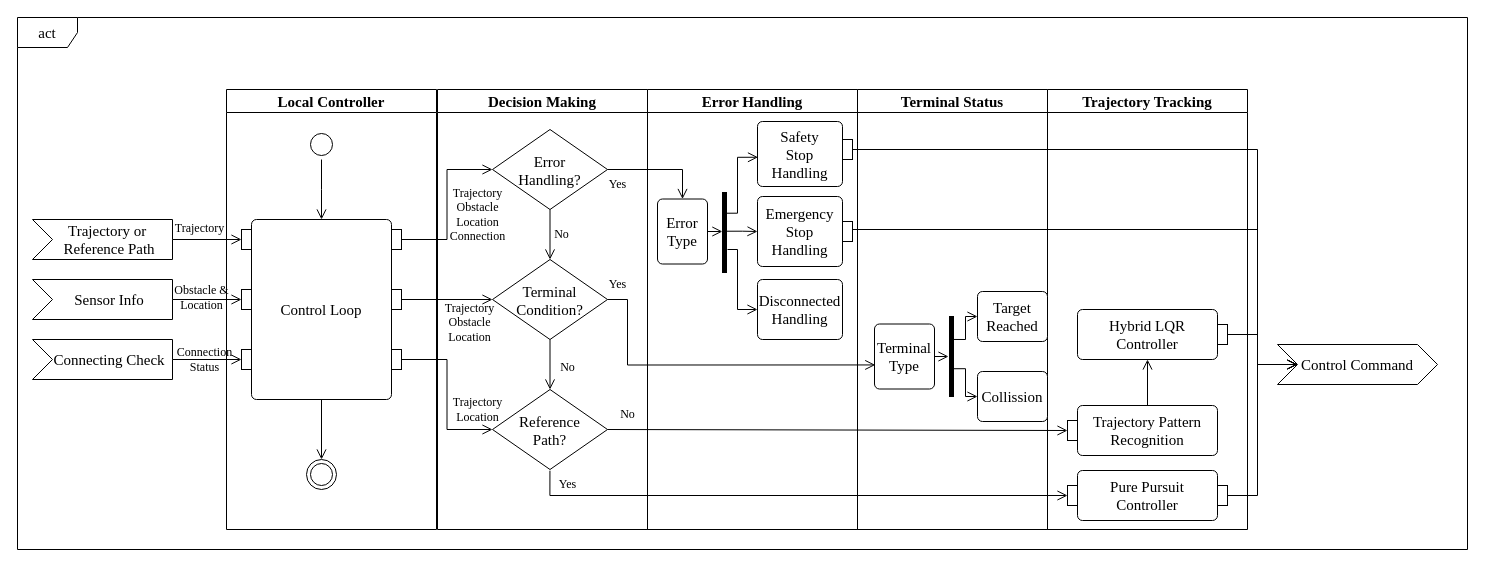
Before: LocalRunning.drawio in LeonWong318/Master-thesis, a draw.io diagram. Source tidied: cells renumbered, new cells numbered last; positions are measured from the earlier drawing's top-left corner, leaving out a move shared by most shapes. Both pictures are drawn from the tidied source at 100%, with x=0, y=0 at pixel (17, 17).
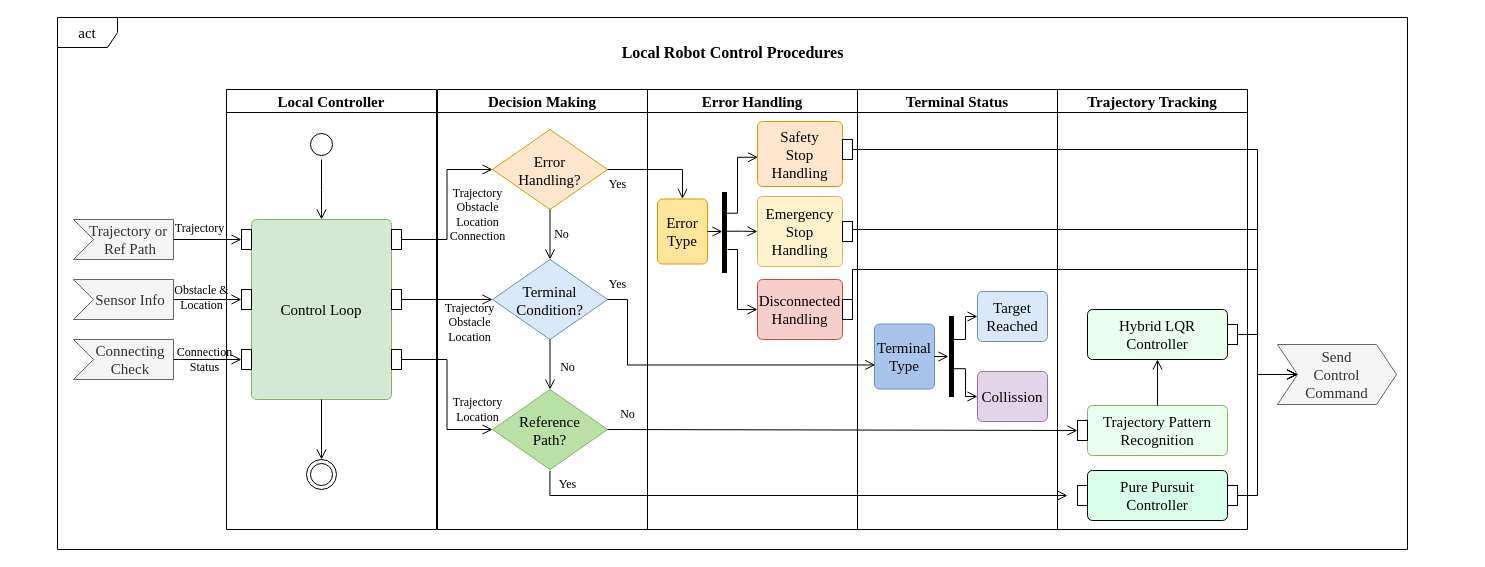
Above is the later version.

Unchanged cells that the change refers to:
```xml
<mxCell id="3" value="&lt;font style=&quot;font-size: 15px;&quot; face=&quot;Times New Roman&quot;&gt;Local Controller&lt;/font&gt;" style="swimlane;whiteSpace=wrap;html=1;" parent="1" vertex="1">
  <mxGeometry x="209" y="72" width="210" height="440" as="geometry" />
</mxCell>
<mxCell id="17" value="&lt;font face=&quot;Times New Roman&quot; style=&quot;font-size: 15px;&quot;&gt;Decision Making&lt;/font&gt;" style="swimlane;whiteSpace=wrap;html=1;" parent="1" vertex="1">
  <mxGeometry x="420" y="72" width="210" height="440" as="geometry" />
</mxCell>
<mxCell id="39" style="rounded=0;whiteSpace=wrap;html=1;" parent="32" vertex="1">
  <mxGeometry x="170" y="396" width="10" height="20" as="geometry" />
</mxCell>
<mxCell id="40" style="rounded=0;whiteSpace=wrap;html=1;" parent="32" vertex="1">
  <mxGeometry x="170" y="235" width="10" height="20" as="geometry" />
</mxCell>
<mxCell id="50" value="&lt;font face=&quot;Times New Roman&quot; style=&quot;font-size: 15px;&quot;&gt;Error Handling&lt;/font&gt;" style="swimlane;whiteSpace=wrap;html=1;startSize=23;" parent="1" vertex="1">
  <mxGeometry x="630" y="72" width="210" height="440" as="geometry" />
</mxCell>
<mxCell id="60" style="rounded=0;whiteSpace=wrap;html=1;fillColor=#FFFFFF;" parent="50" vertex="1">
  <mxGeometry x="195" y="50" width="10" height="20" as="geometry" />
</mxCell>
<mxCell id="61" style="rounded=0;whiteSpace=wrap;html=1;" parent="50" vertex="1">
  <mxGeometry x="195" y="132" width="10" height="20" as="geometry" />
</mxCell>
<mxCell id="65" style="group;" parent="62" vertex="1">
  <mxGeometry x="120" y="202" width="70" height="130" as="geometry" />
</mxCell>
```

The edit, as a diff of the source:
```diff
@@
     <mxCell id="2" value="&lt;font face=&quot;Times New Roman&quot; style=&quot;font-size: 15px;&quot;&gt;act&lt;/font&gt;" style="shape=umlFrame;whiteSpace=wrap;html=1;" parent="1" vertex="1">
-      <mxGeometry width="1450" height="532" as="geometry" />
+      <mxGeometry x="40" width="1350" height="532" as="geometry" />
     </mxCell>
@@
-    <mxCell id="4" value="&lt;font face=&quot;Times New Roman&quot; style=&quot;font-size: 15px;&quot;&gt;Control Loop&lt;/font&gt;" style="html=1;align=center;verticalAlign=middle;rounded=1;absoluteArcSize=1;arcSize=10;dashed=0;whiteSpace=wrap;" parent="3" vertex="1">
+    <mxCell id="4" value="&lt;font face=&quot;Times New Roman&quot; style=&quot;font-size: 15px;&quot;&gt;Control Loop&lt;/font&gt;" style="html=1;align=center;verticalAlign=middle;rounded=1;absoluteArcSize=1;arcSize=10;dashed=0;whiteSpace=wrap;fillColor=#d5e8d4;strokeColor=#82b366;" parent="3" vertex="1">
       <mxGeometry x="25" y="130" width="140" height="180" as="geometry" />
     </mxCell>
-    <mxCell id="5" value="&lt;font style=&quot;font-size: 15px;&quot; face=&quot;Times New Roman&quot;&gt;Trajectory or&amp;nbsp;&lt;/font&gt;&lt;div&gt;&lt;font style=&quot;font-size: 15px;&quot; face=&quot;Times New Roman&quot;&gt;Reference Path&lt;/font&gt;&lt;/div&gt;" style="html=1;shape=mxgraph.infographic.ribbonSimple;notch1=20;notch2=0;align=center;verticalAlign=middle;fontSize=14;fontStyle=0;fillColor=#FFFFFF;flipH=0;spacingRight=0;spacingLeft=14;whiteSpace=wrap;" parent="3" vertex="1">
-      <mxGeometry x="-194" y="130" width="140" height="40" as="geometry" />
+    <mxCell id="5" value="&lt;font style=&quot;font-size: 15px;&quot; face=&quot;Times New Roman&quot;&gt;Trajectory or&amp;nbsp;&lt;/font&gt;&lt;div&gt;&lt;font style=&quot;font-size: 15px;&quot; face=&quot;Times New Roman&quot;&gt;Ref Path&lt;/font&gt;&lt;/div&gt;" style="html=1;shape=mxgraph.infographic.ribbonSimple;notch1=20;notch2=0;align=center;verticalAlign=middle;fontSize=14;fontStyle=0;fillColor=#f5f5f5;flipH=0;spacingRight=0;spacingLeft=14;whiteSpace=wrap;fontColor=#333333;strokeColor=#666666;" parent="3" vertex="1">
+      <mxGeometry x="-153" y="130" width="100" height="40" as="geometry" />
     </mxCell>
@@
-    <mxCell id="18" value="Error&#10;Handling?" style="rhombus;fontSize=15;fontFamily=Times New Roman;" parent="17" vertex="1">
+    <mxCell id="18" value="Error&#10;Handling?" style="rhombus;fontSize=15;fontFamily=Times New Roman;fillColor=#ffe6cc;strokeColor=#d79b00;" parent="17" vertex="1">
       <mxGeometry x="55" y="40" width="115" height="80" as="geometry" />
     </mxCell>
-    <mxCell id="19" value="Terminal&#10;Condition?" style="rhombus;fontSize=15;fontFamily=Times New Roman;" parent="17" vertex="1">
+    <mxCell id="19" value="Terminal&#10;Condition?" style="rhombus;fontSize=15;fontFamily=Times New Roman;fillColor=#dae8fc;strokeColor=#6c8ebf;" parent="17" vertex="1">
       <mxGeometry x="55" y="170" width="115" height="80" as="geometry" />
     </mxCell>
-    <mxCell id="20" value="Reference&#10;Path?" style="rhombus;fontSize=15;fontFamily=Times New Roman;" parent="17" vertex="1">
+    <mxCell id="20" value="Reference&#10;Path?" style="rhombus;fontSize=15;fontFamily=Times New Roman;fillColor=#B9E0A5;strokeColor=#82b366;" parent="17" vertex="1">
       <mxGeometry x="55" y="300" width="115" height="80" as="geometry" />
     </mxCell>
@@
     <mxCell id="32" value="&lt;font face=&quot;Times New Roman&quot; style=&quot;font-size: 15px;&quot;&gt;Trajectory Tracking&lt;/font&gt;" style="swimlane;whiteSpace=wrap;html=1;startSize=23;" parent="1" vertex="1">
-      <mxGeometry x="1030" y="72" width="200" height="440" as="geometry" />
+      <mxGeometry x="1040" y="72" width="190" height="440" as="geometry" />
     </mxCell>
-    <mxCell id="33" value="&lt;font face=&quot;Times New Roman&quot; style=&quot;font-size: 15px;&quot;&gt;Trajectory Pattern&lt;/font&gt;&lt;div&gt;&lt;font face=&quot;Times New Roman&quot; style=&quot;font-size: 15px;&quot;&gt;Recognition&lt;/font&gt;&lt;/div&gt;" style="html=1;align=center;verticalAlign=middle;rounded=1;absoluteArcSize=1;arcSize=10;dashed=0;whiteSpace=wrap;" parent="32" vertex="1">
+    <mxCell id="33" value="&lt;font face=&quot;Times New Roman&quot; style=&quot;font-size: 15px;&quot;&gt;Trajectory Pattern&lt;/font&gt;&lt;div&gt;&lt;font face=&quot;Times New Roman&quot; style=&quot;font-size: 15px;&quot;&gt;Recognition&lt;/font&gt;&lt;/div&gt;" style="html=1;align=center;verticalAlign=middle;rounded=1;absoluteArcSize=1;arcSize=10;dashed=0;whiteSpace=wrap;fillColor=#EAFFF0;strokeColor=#82b366;" parent="32" vertex="1">
       <mxGeometry x="30" y="316" width="140" height="50" as="geometry" />
     </mxCell>
-    <mxCell id="34" value="&lt;font face=&quot;Times New Roman&quot;&gt;&lt;span style=&quot;font-size: 15px;&quot;&gt;Hybrid LQR&lt;/span&gt;&lt;/font&gt;&lt;div&gt;&lt;font face=&quot;Times New Roman&quot;&gt;&lt;span style=&quot;font-size: 15px;&quot;&gt;Controller&lt;/span&gt;&lt;/font&gt;&lt;/div&gt;" style="html=1;align=center;verticalAlign=middle;rounded=1;absoluteArcSize=1;arcSize=10;dashed=0;whiteSpace=wrap;" parent="32" vertex="1">
+    <mxCell id="34" value="&lt;font face=&quot;Times New Roman&quot;&gt;&lt;span style=&quot;font-size: 15px;&quot;&gt;Hybrid LQR&lt;/span&gt;&lt;/font&gt;&lt;div&gt;&lt;font face=&quot;Times New Roman&quot;&gt;&lt;span style=&quot;font-size: 15px;&quot;&gt;Controller&lt;/span&gt;&lt;/font&gt;&lt;/div&gt;" style="html=1;align=center;verticalAlign=middle;rounded=1;absoluteArcSize=1;arcSize=10;dashed=0;whiteSpace=wrap;fillColor=#EAFFF0;" parent="32" vertex="1">
       <mxGeometry x="30" y="220" width="140" height="50" as="geometry" />
     </mxCell>
-    <mxCell id="35" value="&lt;font face=&quot;Times New Roman&quot;&gt;&lt;span style=&quot;font-size: 15px;&quot;&gt;Pure Pursuit&lt;/span&gt;&lt;/font&gt;&lt;div&gt;&lt;font face=&quot;Times New Roman&quot;&gt;&lt;span style=&quot;font-size: 15px;&quot;&gt;Controller&lt;/span&gt;&lt;/font&gt;&lt;/div&gt;" style="html=1;align=center;verticalAlign=middle;rounded=1;absoluteArcSize=1;arcSize=10;dashed=0;whiteSpace=wrap;" parent="32" vertex="1">
+    <mxCell id="35" value="&lt;font face=&quot;Times New Roman&quot;&gt;&lt;span style=&quot;font-size: 15px;&quot;&gt;Pure Pursuit&lt;/span&gt;&lt;/font&gt;&lt;div&gt;&lt;font face=&quot;Times New Roman&quot;&gt;&lt;span style=&quot;font-size: 15px;&quot;&gt;Controller&lt;/span&gt;&lt;/font&gt;&lt;/div&gt;" style="html=1;align=center;verticalAlign=middle;rounded=1;absoluteArcSize=1;arcSize=10;dashed=0;whiteSpace=wrap;fillColor=#D7FFEB;" parent="32" vertex="1">
       <mxGeometry x="30" y="381" width="140" height="50" as="geometry" />
     </mxCell>
@@
-    <mxCell id="41" value="&lt;font style=&quot;font-size: 15px;&quot; face=&quot;Times New Roman&quot;&gt;Sensor Info&lt;/font&gt;" style="html=1;shape=mxgraph.infographic.ribbonSimple;notch1=20;notch2=0;align=center;verticalAlign=middle;fontSize=14;fontStyle=0;fillColor=#FFFFFF;flipH=0;spacingRight=0;spacingLeft=14;whiteSpace=wrap;" parent="1" vertex="1">
-      <mxGeometry x="15" y="262" width="140" height="40" as="geometry" />
+    <mxCell id="41" value="&lt;font style=&quot;font-size: 15px;&quot; face=&quot;Times New Roman&quot;&gt;Sensor Info&lt;/font&gt;" style="html=1;shape=mxgraph.infographic.ribbonSimple;notch1=20;notch2=0;align=center;verticalAlign=middle;fontSize=14;fontStyle=0;fillColor=#f5f5f5;flipH=0;spacingRight=0;spacingLeft=14;whiteSpace=wrap;fontColor=#333333;strokeColor=#666666;" parent="1" vertex="1">
+      <mxGeometry x="56" y="262" width="100" height="40" as="geometry" />
     </mxCell>
-    <mxCell id="42" value="&lt;font style=&quot;font-size: 15px;&quot; face=&quot;Times New Roman&quot;&gt;Connecting Check&lt;/font&gt;" style="html=1;shape=mxgraph.infographic.ribbonSimple;notch1=20;notch2=0;align=center;verticalAlign=middle;fontSize=14;fontStyle=0;fillColor=#FFFFFF;flipH=0;spacingRight=0;spacingLeft=14;whiteSpace=wrap;" parent="1" vertex="1">
-      <mxGeometry x="15" y="322" width="140" height="40" as="geometry" />
+    <mxCell id="42" value="&lt;font style=&quot;font-size: 15px;&quot; face=&quot;Times New Roman&quot;&gt;Connecting&lt;/font&gt;&lt;div&gt;&lt;font style=&quot;font-size: 15px;&quot; face=&quot;Times New Roman&quot;&gt;Check&lt;/font&gt;&lt;/div&gt;" style="html=1;shape=mxgraph.infographic.ribbonSimple;notch1=20;notch2=0;align=center;verticalAlign=middle;fontSize=14;fontStyle=0;fillColor=#f5f5f5;flipH=0;spacingRight=0;spacingLeft=14;whiteSpace=wrap;fontColor=#333333;strokeColor=#666666;" parent="1" vertex="1">
+      <mxGeometry x="56" y="322" width="100" height="40" as="geometry" />
     </mxCell>
@@
-    <mxCell id="51" value="&lt;font face=&quot;Times New Roman&quot;&gt;&lt;span style=&quot;font-size: 15px;&quot;&gt;Safety&lt;/span&gt;&lt;/font&gt;&lt;div&gt;&lt;font face=&quot;Times New Roman&quot;&gt;&lt;span style=&quot;font-size: 15px;&quot;&gt;Stop&lt;/span&gt;&lt;/font&gt;&lt;div&gt;&lt;font face=&quot;Times New Roman&quot;&gt;&lt;span style=&quot;font-size: 15px;&quot;&gt;Handling&lt;/span&gt;&lt;/font&gt;&lt;/div&gt;&lt;/div&gt;" style="html=1;align=center;verticalAlign=middle;rounded=1;absoluteArcSize=1;arcSize=10;dashed=0;whiteSpace=wrap;" parent="50" vertex="1">
+    <mxCell id="51" value="&lt;font face=&quot;Times New Roman&quot;&gt;&lt;span style=&quot;font-size: 15px;&quot;&gt;Safety&lt;/span&gt;&lt;/font&gt;&lt;div&gt;&lt;font face=&quot;Times New Roman&quot;&gt;&lt;span style=&quot;font-size: 15px;&quot;&gt;Stop&lt;/span&gt;&lt;/font&gt;&lt;div&gt;&lt;font face=&quot;Times New Roman&quot;&gt;&lt;span style=&quot;font-size: 15px;&quot;&gt;Handling&lt;/span&gt;&lt;/font&gt;&lt;/div&gt;&lt;/div&gt;" style="html=1;align=center;verticalAlign=middle;rounded=1;absoluteArcSize=1;arcSize=10;dashed=0;whiteSpace=wrap;fillColor=#ffe6cc;strokeColor=#d79b00;" parent="50" vertex="1">
       <mxGeometry x="110" y="32" width="85" height="65" as="geometry" />
     </mxCell>
-    <mxCell id="52" value="&lt;font face=&quot;Times New Roman&quot;&gt;&lt;span style=&quot;font-size: 15px;&quot;&gt;Emergency&lt;/span&gt;&lt;/font&gt;&lt;div&gt;&lt;font face=&quot;Times New Roman&quot;&gt;&lt;span style=&quot;font-size: 15px;&quot;&gt;Stop&lt;/span&gt;&lt;/font&gt;&lt;div&gt;&lt;font face=&quot;Times New Roman&quot;&gt;&lt;span style=&quot;font-size: 15px;&quot;&gt;Handling&lt;/span&gt;&lt;/font&gt;&lt;/div&gt;&lt;/div&gt;" style="html=1;align=center;verticalAlign=middle;rounded=1;absoluteArcSize=1;arcSize=10;dashed=0;whiteSpace=wrap;" parent="50" vertex="1">
+    <mxCell id="52" value="&lt;font face=&quot;Times New Roman&quot;&gt;&lt;span style=&quot;font-size: 15px;&quot;&gt;Emergency&lt;/span&gt;&lt;/font&gt;&lt;div&gt;&lt;font face=&quot;Times New Roman&quot;&gt;&lt;span style=&quot;font-size: 15px;&quot;&gt;Stop&lt;/span&gt;&lt;/font&gt;&lt;div&gt;&lt;font face=&quot;Times New Roman&quot;&gt;&lt;span style=&quot;font-size: 15px;&quot;&gt;Handling&lt;/span&gt;&lt;/font&gt;&lt;/div&gt;&lt;/div&gt;" style="html=1;align=center;verticalAlign=middle;rounded=1;absoluteArcSize=1;arcSize=10;dashed=0;whiteSpace=wrap;fillColor=#fff2cc;strokeColor=#d6b656;" parent="50" vertex="1">
       <mxGeometry x="110" y="107" width="85" height="70" as="geometry" />
     </mxCell>
-    <mxCell id="53" value="&lt;font face=&quot;Times New Roman&quot;&gt;&lt;span style=&quot;font-size: 15px;&quot;&gt;Disconnected&lt;/span&gt;&lt;/font&gt;&lt;div&gt;&lt;font face=&quot;Times New Roman&quot;&gt;&lt;span style=&quot;font-size: 15px;&quot;&gt;Handling&lt;/span&gt;&lt;/font&gt;&lt;/div&gt;" style="html=1;align=center;verticalAlign=middle;rounded=1;absoluteArcSize=1;arcSize=10;dashed=0;whiteSpace=wrap;" parent="50" vertex="1">
+    <mxCell id="53" value="&lt;font face=&quot;Times New Roman&quot;&gt;&lt;span style=&quot;font-size: 15px;&quot;&gt;Disconnected&lt;/span&gt;&lt;/font&gt;&lt;div&gt;&lt;font face=&quot;Times New Roman&quot;&gt;&lt;span style=&quot;font-size: 15px;&quot;&gt;Handling&lt;/span&gt;&lt;/font&gt;&lt;/div&gt;" style="html=1;align=center;verticalAlign=middle;rounded=1;absoluteArcSize=1;arcSize=10;dashed=0;whiteSpace=wrap;fillColor=#f8cecc;strokeColor=#b85450;" parent="50" vertex="1">
       <mxGeometry x="110" y="190" width="85" height="60" as="geometry" />
     </mxCell>
@@
-    <mxCell id="55" value="&lt;font face=&quot;Times New Roman&quot;&gt;&lt;span style=&quot;font-size: 15px;&quot;&gt;Error&lt;/span&gt;&lt;/font&gt;&lt;div&gt;&lt;font face=&quot;Times New Roman&quot;&gt;&lt;span style=&quot;font-size: 15px;&quot;&gt;Type&lt;/span&gt;&lt;/font&gt;&lt;/div&gt;" style="html=1;align=center;verticalAlign=middle;rounded=1;absoluteArcSize=1;arcSize=10;dashed=0;whiteSpace=wrap;" parent="50" vertex="1">
+    <mxCell id="55" value="&lt;font face=&quot;Times New Roman&quot;&gt;&lt;span style=&quot;font-size: 15px;&quot;&gt;Error&lt;/span&gt;&lt;/font&gt;&lt;div&gt;&lt;font face=&quot;Times New Roman&quot;&gt;&lt;span style=&quot;font-size: 15px;&quot;&gt;Type&lt;/span&gt;&lt;/font&gt;&lt;/div&gt;" style="html=1;align=center;verticalAlign=middle;rounded=1;absoluteArcSize=1;arcSize=10;dashed=0;whiteSpace=wrap;fillColor=#FFE599;strokeColor=#d79b00;" parent="50" vertex="1">
       <mxGeometry x="10" y="109.5" width="50" height="65" as="geometry" />
     </mxCell>
@@
+    <mxCell id="81" style="rounded=0;whiteSpace=wrap;html=1;" parent="50" vertex="1">
+      <mxGeometry x="195" y="210" width="10" height="20" as="geometry" />
+    </mxCell>
     <mxCell id="62" value="&lt;font face=&quot;Times New Roman&quot; style=&quot;font-size: 15px;&quot;&gt;Terminal Status&lt;/font&gt;" style="swimlane;whiteSpace=wrap;html=1;startSize=23;" parent="1" vertex="1">
-      <mxGeometry x="840" y="72" width="190" height="440" as="geometry" />
+      <mxGeometry x="840" y="72" width="200" height="440" as="geometry" />
     </mxCell>
@@
-    <mxCell id="64" value="&lt;font face=&quot;Times New Roman&quot;&gt;&lt;span style=&quot;font-size: 15px;&quot;&gt;Terminal&lt;/span&gt;&lt;/font&gt;&lt;div&gt;&lt;font face=&quot;Times New Roman&quot;&gt;&lt;span style=&quot;font-size: 15px;&quot;&gt;Type&lt;/span&gt;&lt;/font&gt;&lt;/div&gt;" style="html=1;align=center;verticalAlign=middle;rounded=1;absoluteArcSize=1;arcSize=10;dashed=0;whiteSpace=wrap;" parent="62" vertex="1">
+    <mxCell id="64" value="&lt;font face=&quot;Times New Roman&quot;&gt;&lt;span style=&quot;font-size: 15px;&quot;&gt;Terminal&lt;/span&gt;&lt;/font&gt;&lt;div&gt;&lt;font face=&quot;Times New Roman&quot;&gt;&lt;span style=&quot;font-size: 15px;&quot;&gt;Type&lt;/span&gt;&lt;/font&gt;&lt;/div&gt;" style="html=1;align=center;verticalAlign=middle;rounded=1;absoluteArcSize=1;arcSize=10;dashed=0;whiteSpace=wrap;fillColor=#A9C4EB;strokeColor=#6c8ebf;" parent="62" vertex="1">
       <mxGeometry x="17" y="234.5" width="60" height="65" as="geometry" />
     </mxCell>
@@
-    <mxCell id="66" value="&lt;font face=&quot;Times New Roman&quot;&gt;&lt;span style=&quot;font-size: 15px;&quot;&gt;Target&lt;/span&gt;&lt;/font&gt;&lt;div&gt;&lt;font face=&quot;Times New Roman&quot;&gt;&lt;span style=&quot;font-size: 15px;&quot;&gt;Reached&lt;/span&gt;&lt;/font&gt;&lt;/div&gt;" style="html=1;align=center;verticalAlign=middle;rounded=1;absoluteArcSize=1;arcSize=10;dashed=0;whiteSpace=wrap;" parent="65" vertex="1">
+    <mxCell id="66" value="&lt;font face=&quot;Times New Roman&quot;&gt;&lt;span style=&quot;font-size: 15px;&quot;&gt;Target&lt;/span&gt;&lt;/font&gt;&lt;div&gt;&lt;font face=&quot;Times New Roman&quot;&gt;&lt;span style=&quot;font-size: 15px;&quot;&gt;Reached&lt;/span&gt;&lt;/font&gt;&lt;/div&gt;" style="html=1;align=center;verticalAlign=middle;rounded=1;absoluteArcSize=1;arcSize=10;dashed=0;whiteSpace=wrap;fillColor=#DAE8FC;strokeColor=#6c8ebf;" parent="65" vertex="1">
       <mxGeometry width="70" height="50" as="geometry" />
     </mxCell>
-    <mxCell id="67" value="&lt;font face=&quot;Times New Roman&quot;&gt;&lt;span style=&quot;font-size: 15px;&quot;&gt;Collission&lt;/span&gt;&lt;/font&gt;" style="html=1;align=center;verticalAlign=middle;rounded=1;absoluteArcSize=1;arcSize=10;dashed=0;whiteSpace=wrap;" parent="65" vertex="1">
+    <mxCell id="67" value="&lt;font face=&quot;Times New Roman&quot;&gt;&lt;span style=&quot;font-size: 15px;&quot;&gt;Collission&lt;/span&gt;&lt;/font&gt;" style="html=1;align=center;verticalAlign=middle;rounded=1;absoluteArcSize=1;arcSize=10;dashed=0;whiteSpace=wrap;fillColor=#e1d5e7;strokeColor=#9673a6;" parent="65" vertex="1">
       <mxGeometry y="80" width="70" height="50" as="geometry" />
     </mxCell>
@@
-    <mxCell id="72" value="&lt;font face=&quot;Times New Roman&quot; style=&quot;font-size: 15px;&quot;&gt;Control Command&lt;/font&gt;" style="html=1;shape=mxgraph.infographic.ribbonSimple;notch1=20;notch2=20;align=center;verticalAlign=middle;fontSize=14;fontStyle=0;fillColor=#FFFFFF;whiteSpace=wrap;" parent="1" vertex="1">
-      <mxGeometry x="1260" y="327" width="160" height="40" as="geometry" />
+    <mxCell id="72" value="&lt;font face=&quot;Times New Roman&quot; style=&quot;font-size: 15px;&quot;&gt;Send&lt;/font&gt;&lt;div&gt;&lt;font face=&quot;Times New Roman&quot; style=&quot;font-size: 15px;&quot;&gt;Control&lt;/font&gt;&lt;/div&gt;&lt;div&gt;&lt;font face=&quot;Times New Roman&quot; style=&quot;font-size: 15px;&quot;&gt;Command&lt;/font&gt;&lt;/div&gt;" style="html=1;shape=mxgraph.infographic.ribbonSimple;notch1=20;notch2=20;align=center;verticalAlign=middle;fontSize=14;fontStyle=0;fillColor=#f5f5f5;whiteSpace=wrap;fontColor=#333333;strokeColor=#666666;" parent="1" vertex="1">
+      <mxGeometry x="1260" y="327" width="119" height="60" as="geometry" />
     </mxCell>
@@
-    <mxCell id="76" style="edgeStyle=orthogonalEdgeStyle;html=1;verticalAlign=bottom;endArrow=open;endSize=8;rounded=0;exitX=1;exitY=0.5;exitDx=0;exitDy=0;entryX=0;entryY=0;entryDx=20;entryDy=20;entryPerimeter=0;" parent="1" edge="1" source="40" target="72">
+    <mxCell id="76" style="edgeStyle=orthogonalEdgeStyle;html=1;verticalAlign=bottom;endArrow=open;endSize=8;rounded=0;exitX=1;exitY=0.5;exitDx=0;exitDy=0;entryX=0;entryY=0;entryDx=20;entryDy=30;entryPerimeter=0;" parent="1" edge="1" source="40" target="72">
       <mxGeometry relative="1" as="geometry">
         <Array as="points">
           <mxPoint x="1240" y="317" />
-          <mxPoint x="1240" y="347" />
+          <mxPoint x="1240" y="357" />
         </Array>
       </mxGeometry>
     </mxCell>
-    <mxCell id="77" style="edgeStyle=orthogonalEdgeStyle;html=1;verticalAlign=bottom;endArrow=open;endSize=8;rounded=0;exitX=1;exitY=0.5;exitDx=0;exitDy=0;entryX=0;entryY=0;entryDx=20;entryDy=20;entryPerimeter=0;" parent="1" edge="1" source="39" target="72">
+    <mxCell id="77" style="edgeStyle=orthogonalEdgeStyle;html=1;verticalAlign=bottom;endArrow=open;endSize=8;rounded=0;exitX=1;exitY=0.5;exitDx=0;exitDy=0;entryX=0;entryY=0;entryDx=20;entryDy=30;entryPerimeter=0;" parent="1" edge="1" source="39" target="72">
       <mxGeometry relative="1" as="geometry">
         <Array as="points">
           <mxPoint x="1240" y="478" />
-          <mxPoint x="1240" y="347" />
+          <mxPoint x="1240" y="357" />
         </Array>
       </mxGeometry>
     </mxCell>
-    <mxCell id="78" style="edgeStyle=orthogonalEdgeStyle;html=1;verticalAlign=bottom;endArrow=open;endSize=8;rounded=0;entryX=0;entryY=0;entryDx=20;entryDy=20;entryPerimeter=0;exitX=1;exitY=0.5;exitDx=0;exitDy=0;" parent="1" edge="1" source="60" target="72">
+    <mxCell id="78" style="edgeStyle=orthogonalEdgeStyle;html=1;verticalAlign=bottom;endArrow=open;endSize=8;rounded=0;entryX=0;entryY=0;entryDx=20;entryDy=30;entryPerimeter=0;exitX=1;exitY=0.5;exitDx=0;exitDy=0;" parent="1" edge="1" source="60" target="72">
       <mxGeometry relative="1" as="geometry">
         <Array as="points">
           <mxPoint x="1240" y="132" />
-          <mxPoint x="1240" y="347" />
+          <mxPoint x="1240" y="357" />
         </Array>
       </mxGeometry>
     </mxCell>
-    <mxCell id="79" style="edgeStyle=orthogonalEdgeStyle;html=1;verticalAlign=bottom;endArrow=open;endSize=8;rounded=0;entryX=0;entryY=0;entryDx=20;entryDy=20;entryPerimeter=0;exitX=1;exitY=0.5;exitDx=0;exitDy=0;" parent="1" edge="1" source="61" target="72">
+    <mxCell id="79" style="edgeStyle=orthogonalEdgeStyle;html=1;verticalAlign=bottom;endArrow=open;endSize=8;rounded=0;entryX=0;entryY=0;entryDx=20;entryDy=30;entryPerimeter=0;exitX=1;exitY=0.5;exitDx=0;exitDy=0;" parent="1" edge="1" source="61" target="72">
       <mxGeometry relative="1" as="geometry">
         <Array as="points">
+          <mxPoint x="835" y="212" />
           <mxPoint x="1240" y="212" />
-          <mxPoint x="1240" y="347" />
+          <mxPoint x="1240" y="357" />
         </Array>
       </mxGeometry>
     </mxCell>
@@
+    <mxCell id="82" style="edgeStyle=orthogonalEdgeStyle;html=1;verticalAlign=bottom;endArrow=open;endSize=8;rounded=0;entryX=0;entryY=0;entryDx=20;entryDy=30;entryPerimeter=0;exitX=1;exitY=0.5;exitDx=0;exitDy=0;" parent="1" edge="1" source="81" target="72">
+      <mxGeometry relative="1" as="geometry">
+        <Array as="points">
+          <mxPoint x="835" y="252" />
+          <mxPoint x="1240" y="252" />
+          <mxPoint x="1240" y="357" />
+        </Array>
+      </mxGeometry>
+    </mxCell>
+    <mxCell id="83" value="&lt;font face=&quot;Times New Roman&quot; style=&quot;font-size: 16px;&quot;&gt;Local Robot Control Procedures&lt;/font&gt;" style="text;align=center;fontStyle=1;verticalAlign=middle;spacingLeft=3;spacingRight=3;strokeColor=none;html=1;" parent="1" vertex="1">
+      <mxGeometry x="675" y="22" width="80" height="26" as="geometry" />
+    </mxCell>
```
